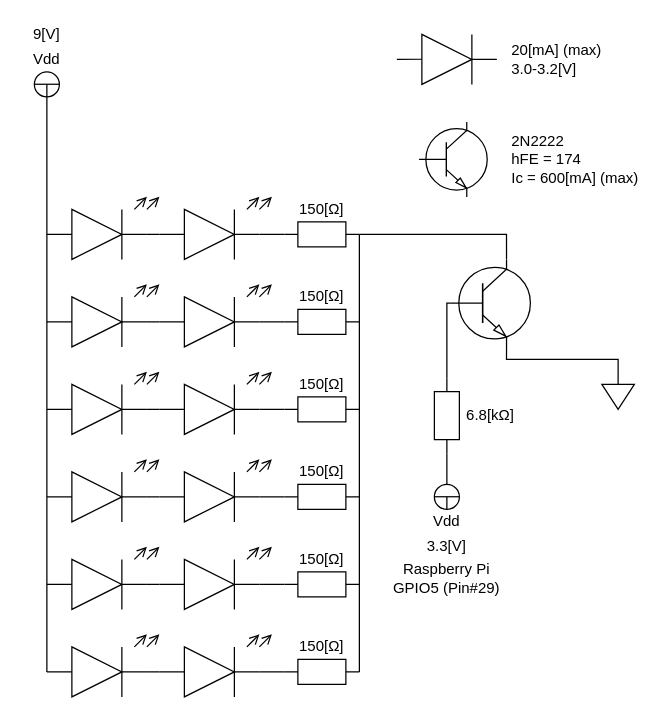
The draw.io diagram fig/circuit.drawio in ytakano/home_garden_rs, before the edit. Source tidied: cells renumbered, new cells numbered last; positions are measured from the earlier drawing's top-left corner, leaving out a move shared by most shapes. Both pictures are drawn from the tidied source at 125%, with x=0, y=0 at pixel (21, 21).
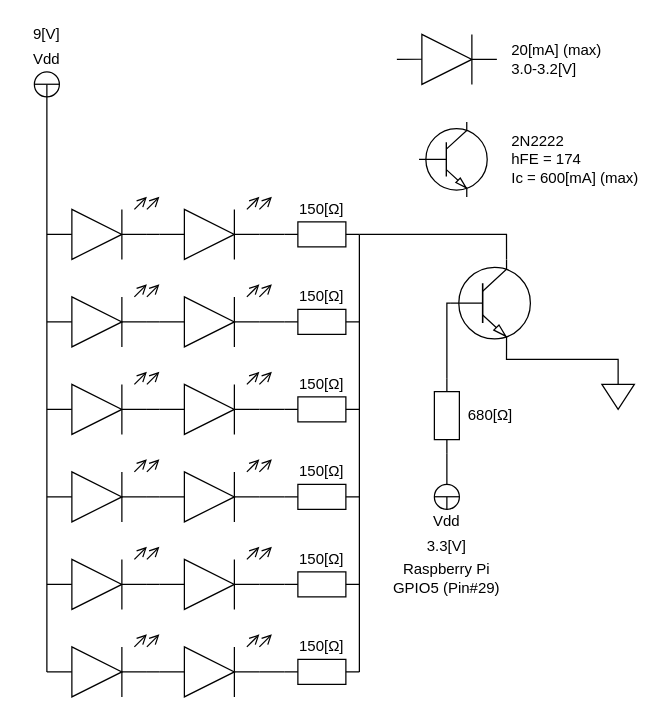
The same page after the edit.

Diff of the diagram source:
```diff
@@
-    <mxCell id="138" value="6.8[kΩ]" style="text;html=1;strokeColor=none;fillColor=none;align=center;verticalAlign=middle;whiteSpace=wrap;rounded=0;fontSize=12;" parent="1" vertex="1">
+    <mxCell id="138" value="680[Ω]" style="text;html=1;strokeColor=none;fillColor=none;align=center;verticalAlign=middle;whiteSpace=wrap;rounded=0;fontSize=12;" parent="1" vertex="1">
       <mxGeometry x="350" y="305" width="50" height="20" as="geometry" />
     </mxCell>
```
